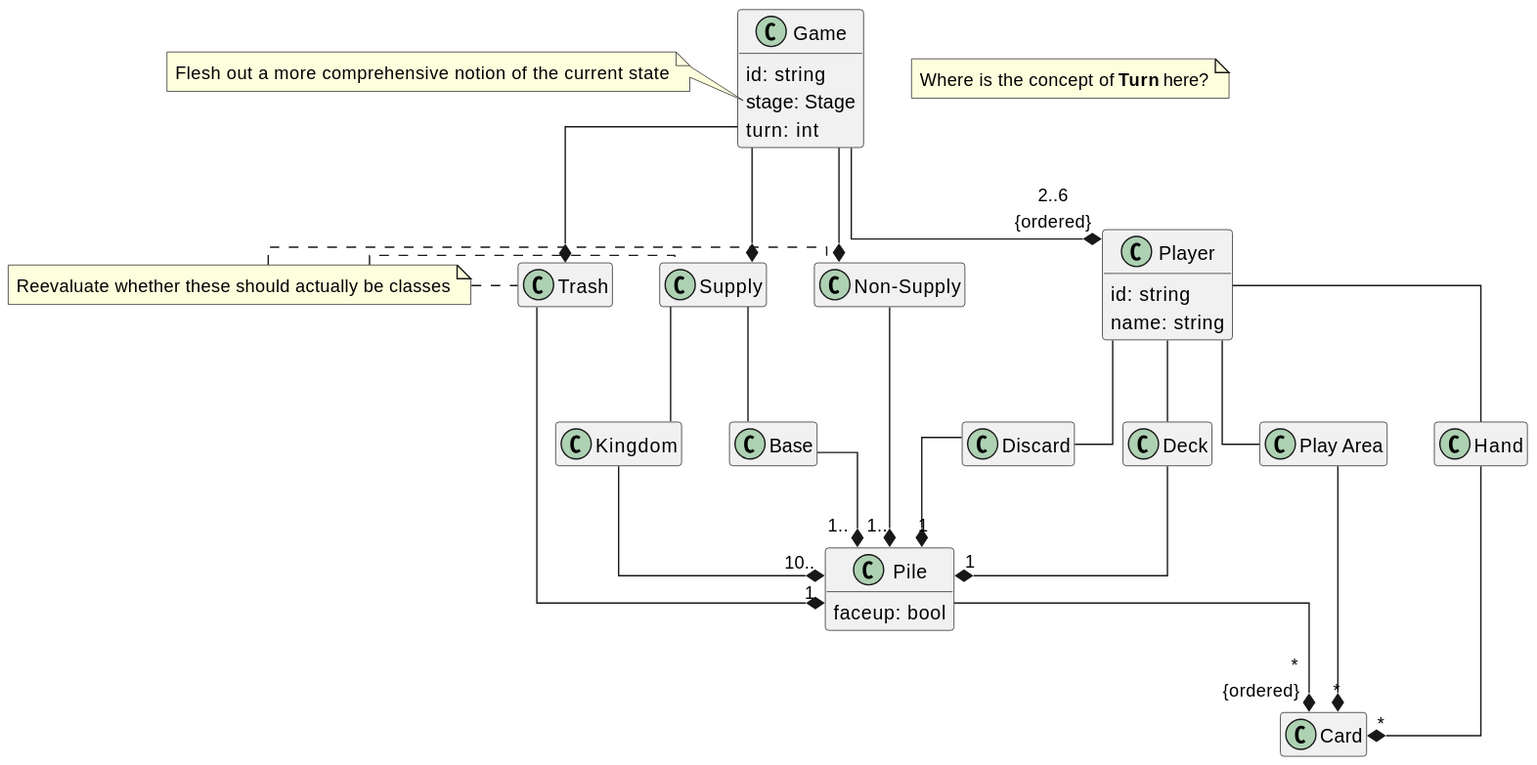
The PlantUML diagram diagrams/game-class.svg in qwwqe/demesne, before a commit.
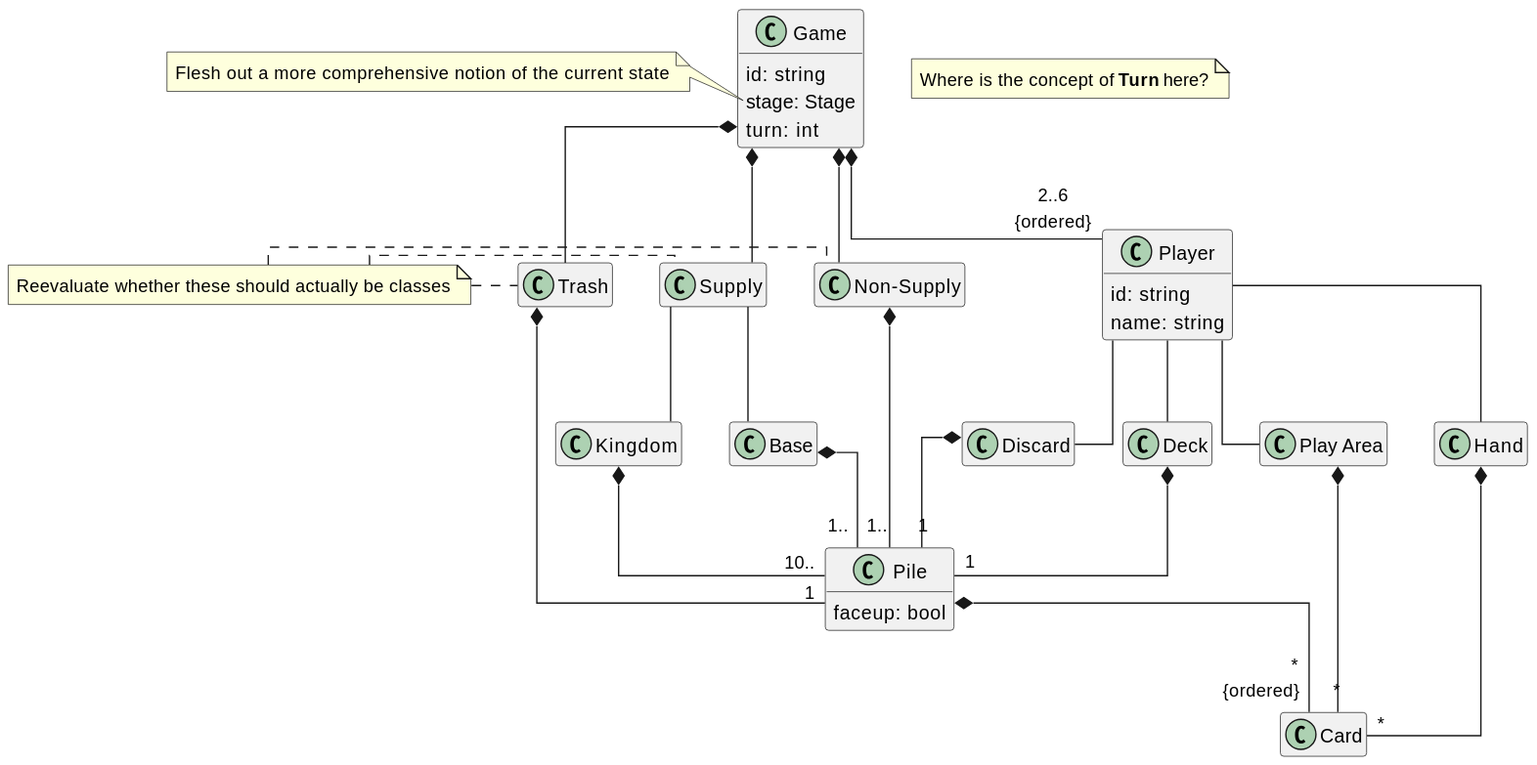
After the commit.

Commit message:
Correct direction of arrows

What changed in the source:
```diff
@@ -48,18 +48,18 @@
   Flesh out a more comprehensive notion of the current state
 end note
 
-Game --* Supply
-Game --* "Non-Supply"
-Game --* Trash
-Game --* "2..6\n{ordered}" Player
+Game *-- Supply
+Game *-- "Non-Supply"
+Game *-- Trash
+Game *-- "2..6\n{ordered}" Player
 
 Player -- "Play Area"
 Player -- Hand
 Player -- Deck
 Player -- Discard
 
-Deck --* "1" Pile
-Discard --* "1" Pile
+Deck *-- "1" Pile
+Discard *-- "1" Pile
 
 Trash .left. ClassNote
 Supply .left. ClassNote
@@ -68,14 +68,14 @@
 Supply -- Base
 Supply -- Kingdom
 
-Base --* "1.." Pile
-Kingdom --* "10.." Pile
-"Non-Supply" --* "1.." Pile
+Base *-- "1.." Pile
+Kingdom *-- "10.." Pile
+"Non-Supply" *-- "1.." Pile
 
-Trash --* "1" Pile
+Trash *-- "1" Pile
 
-Pile --* "\r*\n{ordered}" Card
+Pile *-- "\r*\n{ordered}" Card
 
-"Play Area" --* "*" Card
-Hand --* "*" Card
+"Play Area" *-- "*" Card
+Hand *-- "*" Card
 @enduml
```
